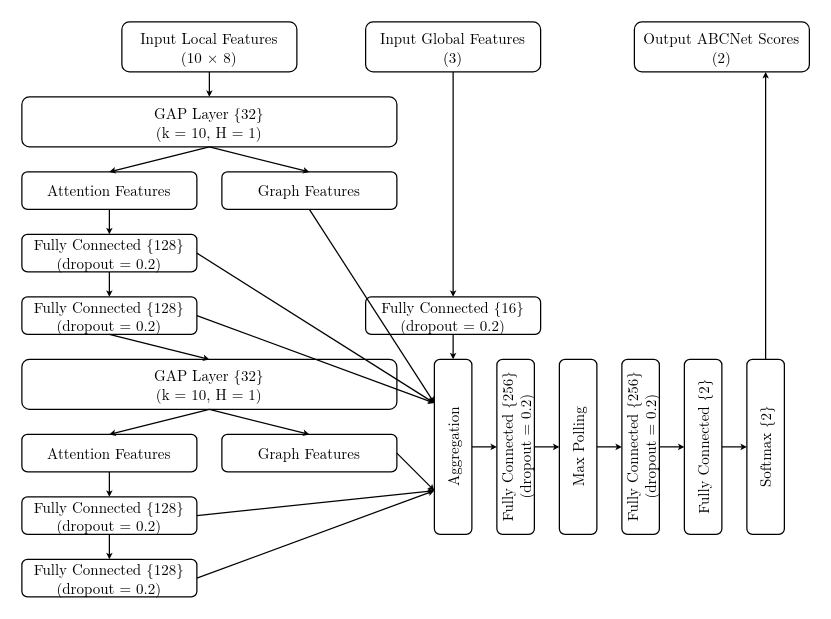
lyazj/tmp keeps this draw.io diagram as 未命名绘图.drawio. Above is the earlier version. Source tidied: cells renumbered, new cells numbered last; positions are measured from the earlier drawing's top-left corner, leaving out a move shared by most shapes. Both pictures are drawn from the tidied source at 125%, with x=0, y=0 at pixel (21, 21).
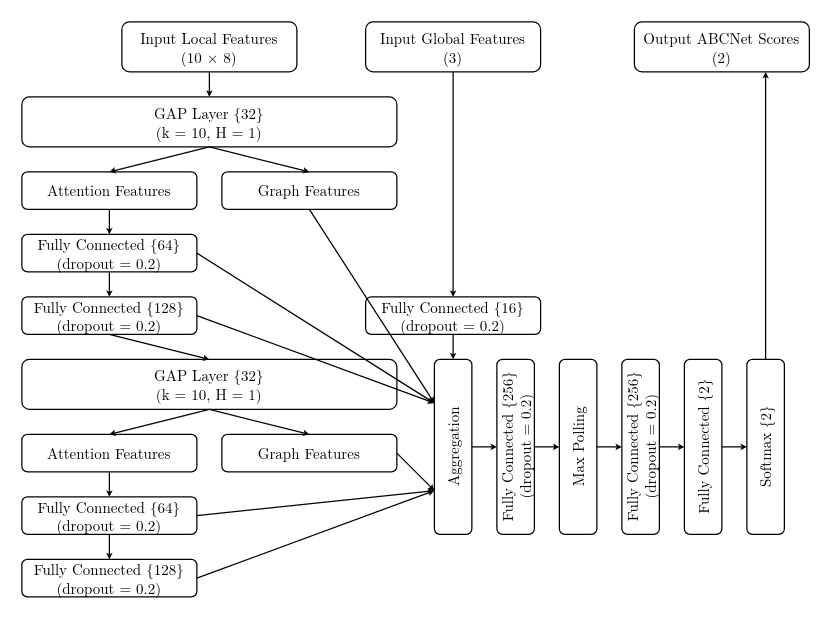
The same diagram, later.

What changed in the source:
```diff
@@
-    <mxCell id="8" value="&lt;div&gt;Fully Connected {128}&lt;/div&gt;(dropout = 0.2)" style="rounded=1;whiteSpace=wrap;html=1;fontFamily=Latin Modern Roman;" parent="1" vertex="1">
+    <mxCell id="8" value="&lt;div&gt;Fully Connected {64}&lt;/div&gt;(dropout = 0.2)" style="rounded=1;whiteSpace=wrap;html=1;fontFamily=Latin Modern Roman;" parent="1" vertex="1">
       <mxGeometry y="170" width="140" height="30" as="geometry" />
     </mxCell>
@@
-    <mxCell id="18" value="&lt;div&gt;Fully Connected {128}&lt;/div&gt;(dropout = 0.2)" style="rounded=1;whiteSpace=wrap;html=1;fontFamily=Latin Modern Roman;" parent="1" vertex="1">
+    <mxCell id="18" value="&lt;div&gt;Fully Connected {64}&lt;/div&gt;(dropout = 0.2)" style="rounded=1;whiteSpace=wrap;html=1;fontFamily=Latin Modern Roman;" parent="1" vertex="1">
       <mxGeometry y="380" width="140" height="30" as="geometry" />
     </mxCell>
```
